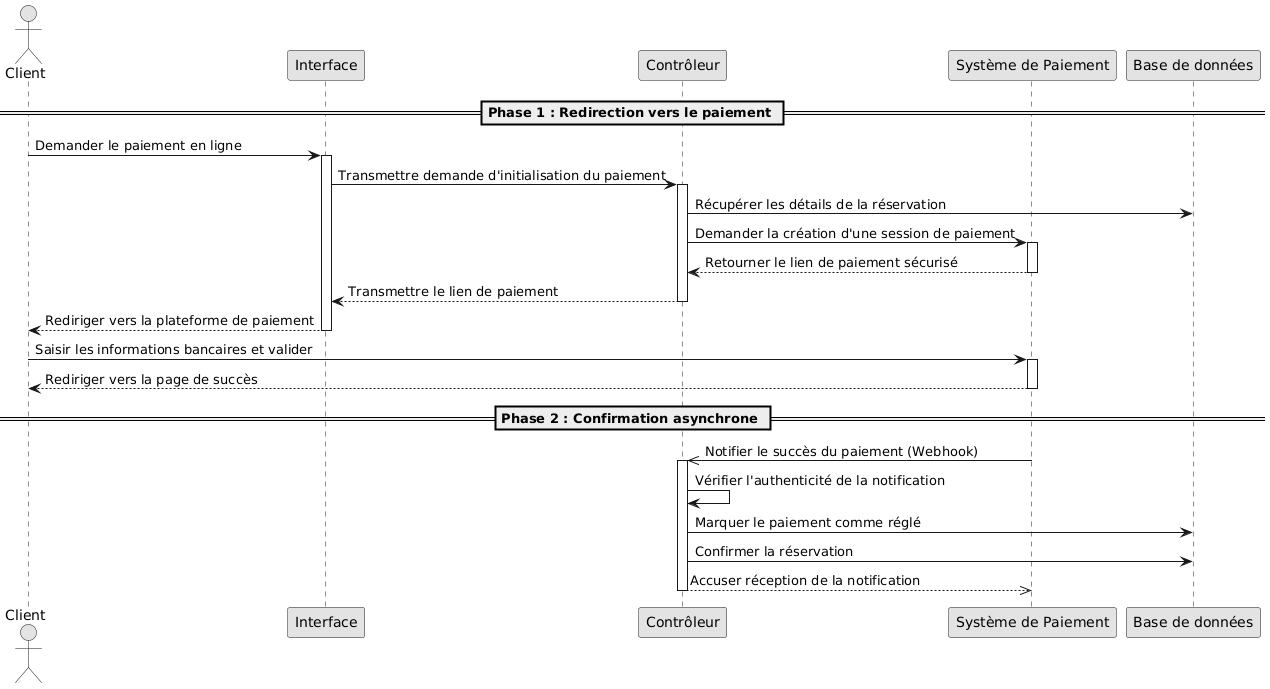
Before: out/docs/uml/08-sequence-booking-payment/08-sequence-booking-payment.png, a diagram exported from PlantUML (malek420122/hotel_project_pfe).
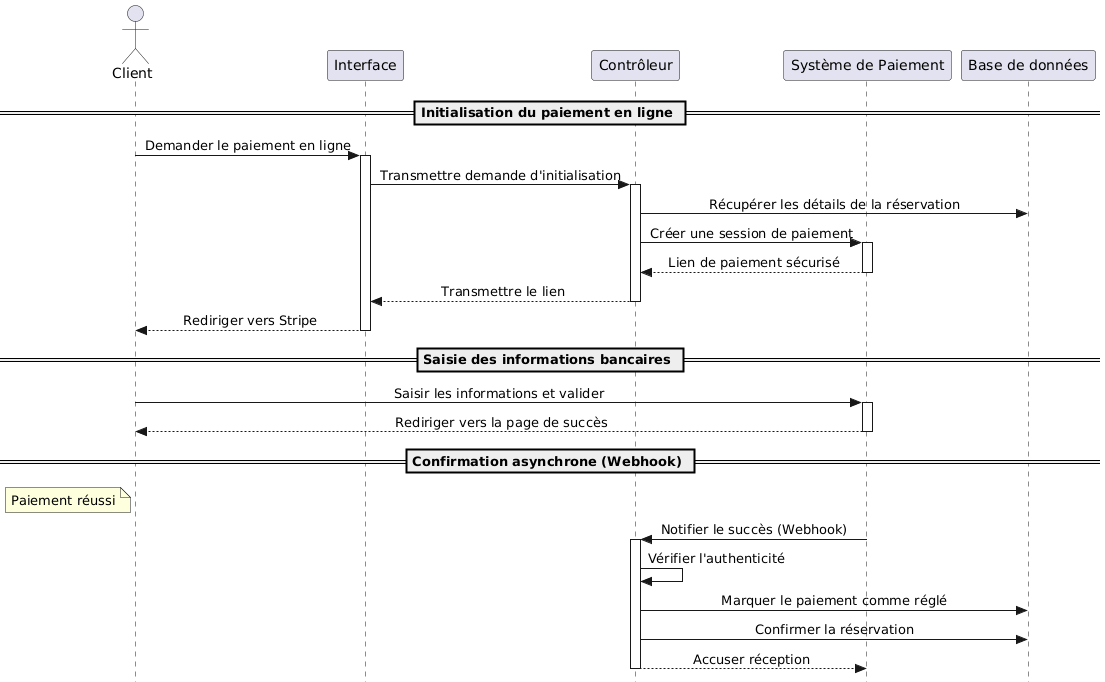
After the commit.

What changed in the source:
```diff
@@ -1,5 +1,6 @@
 @startuml
-skinparam monochrome true
+skinparam style strictuml
+skinparam sequenceMessageAlign center
 skinparam shadowing false
 
 actor "Client" as client
@@ -8,32 +9,40 @@
 participant "Système de Paiement" as stripe
 participant "Base de données" as db
 
-== Phase 1 : Redirection vers le paiement ==
+== Initialisation du paiement en ligne ==
+
 client -> vue : Demander le paiement en ligne
 activate vue
-vue -> api : Transmettre demande d'initialisation du paiement
+vue -> api : Transmettre demande d'initialisation
 activate api
 api -> db : Récupérer les détails de la réservation
-api -> stripe : Demander la création d'une session de paiement
+api -> stripe : Créer une session de paiement
 activate stripe
-stripe --> api : Retourner le lien de paiement sécurisé
+stripe --> api : Lien de paiement sécurisé
 deactivate stripe
-api --> vue : Transmettre le lien de paiement
+api --> vue : Transmettre le lien
 deactivate api
-vue --> client : Rediriger vers la plateforme de paiement
+vue --> client : Rediriger vers Stripe
 deactivate vue
 
-client -> stripe : Saisir les informations bancaires et valider
+== Saisie des informations bancaires ==
+
+client -> stripe : Saisir les informations et valider
 activate stripe
 stripe --> client : Rediriger vers la page de succès
 deactivate stripe
 
-== Phase 2 : Confirmation asynchrone ==
-stripe ->> api : Notifier le succès du paiement (Webhook)
+== Confirmation asynchrone (Webhook) ==
+
+note left of client
+  Paiement réussi
+end note
+
+stripe -> api : Notifier le succès (Webhook)
 activate api
-api -> api : Vérifier l'authenticité de la notification
+api -> api : Vérifier l'authenticité
 api -> db : Marquer le paiement comme réglé
 api -> db : Confirmer la réservation
-api -->> stripe : Accuser réception de la notification
+api --> stripe : Accuser réception
 deactivate api
 @enduml
```
